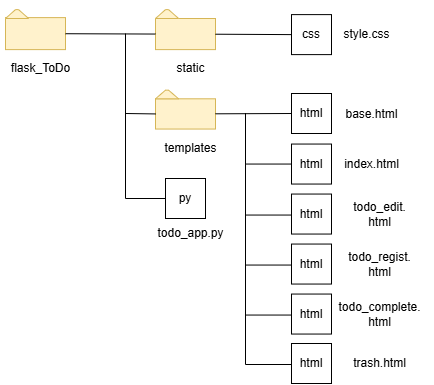
Earlier version of the draw.io export drawio/ファイル図/faile.png (mori1252/TODO). Source tidied: cells renumbered, new cells last; positions are measured from the earlier drawing's top-left corner, leaving out a move shared by most shapes.
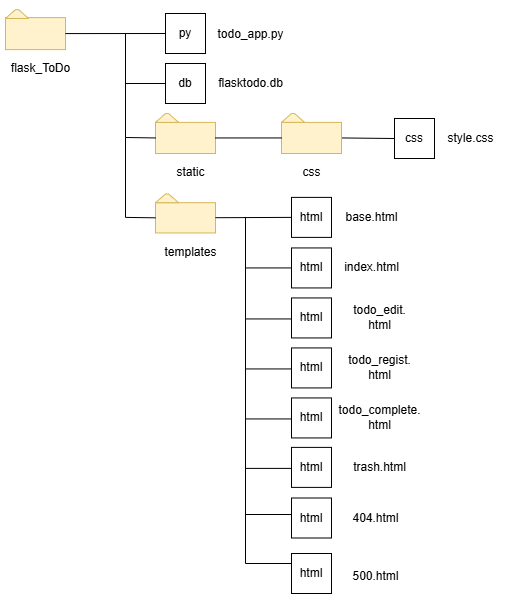
After the change.

Change to the diagram source:
```diff
@@ -18,7 +18,7 @@
       <mxGeometry y="54" width="80" height="30" as="geometry" />
     </mxCell>
     <mxCell id="7" style="group;" parent="1" vertex="1">
-      <mxGeometry x="155" y="10.1" width="60" height="40" as="geometry" />
+      <mxGeometry x="155" y="114" width="60" height="40" as="geometry" />
     </mxCell>
     <mxCell id="8" style="rounded=0;whiteSpace=wrap;html=1;fillColor=#fff2cc;strokeColor=#d6b656;" parent="7" vertex="1">
       <mxGeometry y="8.9" width="60" height="31.1" as="geometry" />
@@ -27,7 +27,7 @@
       <mxGeometry width="23.1" height="8.9" as="geometry" />
     </mxCell>
     <mxCell id="10" style="group;" parent="1" vertex="1">
-      <mxGeometry x="155" y="90.7" width="60" height="38.9" as="geometry" />
+      <mxGeometry x="155" y="194.6" width="60" height="38.9" as="geometry" />
     </mxCell>
     <mxCell id="11" style="rounded=0;whiteSpace=wrap;html=1;fillColor=#fff2cc;strokeColor=#d6b656;" parent="10" vertex="1">
       <mxGeometry y="8.6" width="60" height="30.2" as="geometry" />
@@ -36,127 +36,183 @@
       <mxGeometry width="23.1" height="8.6" as="geometry" />
     </mxCell>
     <mxCell id="13" value="static" style="text;html=1;align=center;verticalAlign=middle;strokeColor=none;fillColor=none;" parent="1" vertex="1">
-      <mxGeometry x="165" y="54" width="50" height="30" as="geometry" />
+      <mxGeometry x="165" y="157.9" width="50" height="30" as="geometry" />
     </mxCell>
     <mxCell id="14" value="templates" style="text;html=1;align=center;verticalAlign=middle;strokeColor=none;fillColor=none;" parent="1" vertex="1">
-      <mxGeometry x="150" y="134" width="80" height="30" as="geometry" />
+      <mxGeometry x="150" y="237.9" width="80" height="30" as="geometry" />
     </mxCell>
     <mxCell id="15" value="css" style="rounded=0;whiteSpace=wrap;html=1;" parent="1" vertex="1">
-      <mxGeometry x="291" y="15.1" width="40" height="40" as="geometry" />
+      <mxGeometry x="394" y="119" width="40" height="40" as="geometry" />
     </mxCell>
     <mxCell id="16" value="style.css" style="text;html=1;align=center;verticalAlign=middle;strokeColor=none;fillColor=none;" parent="1" vertex="1">
-      <mxGeometry x="331" y="20.1" width="70" height="30" as="geometry" />
+      <mxGeometry x="435" y="124" width="70" height="30" as="geometry" />
     </mxCell>
     <mxCell id="17" style="endArrow=none;html=1;exitX=0;exitY=0.5;exitDx=0;exitDy=0;rounded=0;curved=0;" parent="1" edge="1" source="11">
       <mxGeometry relative="1" as="geometry">
-        <mxPoint x="125" y="34" as="targetPoint" />
+        <mxPoint x="125" y="137.9" as="targetPoint" />
         <Array as="points">
-          <mxPoint x="125" y="114" />
+          <mxPoint x="125" y="217.9" />
         </Array>
       </mxGeometry>
     </mxCell>
     <mxCell id="18" value="html" style="rounded=0;whiteSpace=wrap;html=1;" parent="1" vertex="1">
-      <mxGeometry x="291" y="94" width="40" height="40" as="geometry" />
+      <mxGeometry x="291" y="197.9" width="40" height="40" as="geometry" />
     </mxCell>
     <mxCell id="19" value="html" style="rounded=0;whiteSpace=wrap;html=1;" parent="1" vertex="1">
-      <mxGeometry x="291" y="144.6" width="40" height="40" as="geometry" />
+      <mxGeometry x="291" y="248.4" width="40" height="40" as="geometry" />
     </mxCell>
     <mxCell id="20" value="html" style="rounded=0;whiteSpace=wrap;html=1;" parent="1" vertex="1">
-      <mxGeometry x="291" y="194.6" width="40" height="40" as="geometry" />
+      <mxGeometry x="291" y="298.4" width="40" height="40" as="geometry" />
     </mxCell>
     <mxCell id="21" value="html" style="rounded=0;whiteSpace=wrap;html=1;" parent="1" vertex="1">
-      <mxGeometry x="291" y="244.6" width="40" height="40" as="geometry" />
+      <mxGeometry x="291" y="348.4" width="40" height="40" as="geometry" />
     </mxCell>
     <mxCell id="22" value="html" style="rounded=0;whiteSpace=wrap;html=1;" parent="1" vertex="1">
-      <mxGeometry x="291" y="294.6" width="40" height="40" as="geometry" />
+      <mxGeometry x="291" y="398.4" width="40" height="40" as="geometry" />
     </mxCell>
     <mxCell id="23" style="endArrow=none;html=1;exitX=0;exitY=0.5;exitDx=0;exitDy=0;rounded=0;curved=0;" parent="1" edge="1" source="19">
       <mxGeometry relative="1" as="geometry">
-        <mxPoint x="245" y="113.6" as="targetPoint" />
+        <mxPoint x="245" y="217.4" as="targetPoint" />
         <Array as="points">
-          <mxPoint x="245" y="164.6" />
+          <mxPoint x="245" y="268.4" />
         </Array>
       </mxGeometry>
     </mxCell>
     <mxCell id="24" style="endArrow=none;html=1;exitX=0;exitY=0.5;exitDx=0;exitDy=0;rounded=0;curved=0;" parent="1" edge="1">
       <mxGeometry relative="1" as="geometry">
-        <mxPoint x="291" y="215.6" as="sourcePoint" />
-        <mxPoint x="245" y="164.6" as="targetPoint" />
+        <mxPoint x="291" y="319.4" as="sourcePoint" />
+        <mxPoint x="245" y="268.4" as="targetPoint" />
         <Array as="points">
-          <mxPoint x="245" y="215.6" />
+          <mxPoint x="245" y="319.4" />
         </Array>
       </mxGeometry>
     </mxCell>
     <mxCell id="25" style="endArrow=none;html=1;exitX=0;exitY=0.5;exitDx=0;exitDy=0;rounded=0;curved=0;" parent="1" edge="1">
       <mxGeometry relative="1" as="geometry">
-        <mxPoint x="291" y="265.6" as="sourcePoint" />
-        <mxPoint x="245" y="214.6" as="targetPoint" />
+        <mxPoint x="291" y="369.4" as="sourcePoint" />
+        <mxPoint x="245" y="318.4" as="targetPoint" />
         <Array as="points">
-          <mxPoint x="245" y="265.6" />
+          <mxPoint x="245" y="369.4" />
         </Array>
       </mxGeometry>
     </mxCell>
     <mxCell id="26" style="endArrow=none;html=1;exitX=0;exitY=0.5;exitDx=0;exitDy=0;rounded=0;curved=0;" parent="1" edge="1">
       <mxGeometry relative="1" as="geometry">
-        <mxPoint x="291" y="315.6" as="sourcePoint" />
-        <mxPoint x="245" y="264.6" as="targetPoint" />
+        <mxPoint x="291" y="419.4" as="sourcePoint" />
+        <mxPoint x="245" y="368.4" as="targetPoint" />
         <Array as="points">
-          <mxPoint x="245" y="315.6" />
+          <mxPoint x="245" y="419.4" />
         </Array>
       </mxGeometry>
     </mxCell>
     <mxCell id="27" value="base.html" style="text;html=1;align=center;verticalAlign=middle;strokeColor=none;fillColor=none;" parent="1" vertex="1">
-      <mxGeometry x="331" y="99.6" width="80" height="30" as="geometry" />
+      <mxGeometry x="331" y="203.4" width="80" height="30" as="geometry" />
     </mxCell>
     <mxCell id="28" value="index.html" style="text;html=1;align=center;verticalAlign=middle;strokeColor=none;fillColor=none;" parent="1" vertex="1">
-      <mxGeometry x="331" y="149.6" width="80" height="30" as="geometry" />
+      <mxGeometry x="331" y="253.4" width="80" height="30" as="geometry" />
     </mxCell>
     <mxCell id="29" value="todo_edit.&lt;div&gt;html&lt;/div&gt;" style="text;html=1;align=center;verticalAlign=middle;strokeColor=none;fillColor=none;" parent="1" vertex="1">
-      <mxGeometry x="339" y="194.6" width="80" height="40" as="geometry" />
+      <mxGeometry x="339" y="298.4" width="80" height="40" as="geometry" />
     </mxCell>
     <mxCell id="30" value="todo_regist&lt;span style=&quot;background-color: transparent;&quot;&gt;.&lt;/span&gt;&lt;div&gt;&lt;span style=&quot;background-color: transparent;&quot;&gt;html&lt;/span&gt;&lt;/div&gt;" style="text;html=1;align=center;verticalAlign=middle;strokeColor=none;fillColor=none;" parent="1" vertex="1">
-      <mxGeometry x="334" y="244.6" width="90" height="40" as="geometry" />
+      <mxGeometry x="334" y="348.4" width="90" height="40" as="geometry" />
     </mxCell>
     <mxCell id="31" value="todo_complete.&lt;div&gt;html&lt;/div&gt;" style="text;html=1;align=center;verticalAlign=middle;strokeColor=none;fillColor=none;" parent="1" vertex="1">
-      <mxGeometry x="324" y="294.6" width="110" height="40" as="geometry" />
+      <mxGeometry x="324" y="398.4" width="110" height="40" as="geometry" />
     </mxCell>
-    <mxCell id="32" style="endArrow=none;html=1;rounded=0;curved=0;exitX=0;exitY=0.5;exitDx=0;exitDy=0;" parent="1" edge="1" source="33">
-      <mxGeometry relative="1" as="geometry">
-        <mxPoint x="125" y="113" as="targetPoint" />
-        <Array as="points">
-          <mxPoint x="125" y="199" />
-        </Array>
-      </mxGeometry>
-    </mxCell>
     <mxCell id="33" value="py" style="rounded=0;whiteSpace=wrap;html=1;" parent="1" vertex="1">
-      <mxGeometry x="165" y="179" width="40" height="40" as="geometry" />
+      <mxGeometry x="165" y="14" width="40" height="40" as="geometry" />
     </mxCell>
     <mxCell id="34" value="todo_app.py" style="text;html=1;align=center;verticalAlign=middle;strokeColor=none;fillColor=none;" parent="1" vertex="1">
-      <mxGeometry x="145" y="219" width="90" height="30" as="geometry" />
+      <mxGeometry x="205" y="20.1" width="90" height="30" as="geometry" />
     </mxCell>
     <mxCell id="35" style="html=1;endArrow=none;endFill=0;entryX=0;entryY=0.5;entryDx=0;entryDy=0;" parent="1" edge="1" source="11" target="18">
       <mxGeometry relative="1" as="geometry" />
     </mxCell>
-    <mxCell id="36" style="html=1;endArrow=none;endFill=0;entryX=0;entryY=0.5;entryDx=0;entryDy=0;" parent="1" edge="1" source="8" target="15">
+    <mxCell id="36" style="html=1;endArrow=none;endFill=0;entryX=0;entryY=0.5;entryDx=0;entryDy=0;exitX=1;exitY=0.5;exitDx=0;exitDy=0;" parent="1" edge="1" source="43" target="15">
       <mxGeometry relative="1" as="geometry" />
     </mxCell>
-    <mxCell id="37" style="html=1;endArrow=none;endFill=0;entryX=0;entryY=0.5;entryDx=0;entryDy=0;" parent="1" edge="1" source="4" target="8">
-      <mxGeometry relative="1" as="geometry" />
+    <mxCell id="37" style="html=1;endArrow=none;endFill=0;entryX=0;entryY=0.5;entryDx=0;entryDy=0;rounded=0;curved=0;" parent="1" edge="1" target="8">
+      <mxGeometry relative="1" as="geometry">
+        <mxPoint x="125" y="34" as="sourcePoint" />
+        <Array as="points">
+          <mxPoint x="125" y="138" />
+        </Array>
+      </mxGeometry>
     </mxCell>
     <mxCell id="38" value="html" style="rounded=0;whiteSpace=wrap;html=1;" parent="1" vertex="1">
-      <mxGeometry x="291" y="344" width="40" height="40" as="geometry" />
+      <mxGeometry x="291" y="447.9" width="40" height="40" as="geometry" />
     </mxCell>
     <mxCell id="39" value="&lt;div&gt;&lt;font color=&quot;#000000&quot;&gt;trash.&lt;/font&gt;&lt;span style=&quot;background-color: transparent;&quot;&gt;html&lt;/span&gt;&lt;/div&gt;" style="text;html=1;align=center;verticalAlign=middle;strokeColor=none;fillColor=none;" parent="1" vertex="1">
-      <mxGeometry x="339" y="349" width="80" height="30" as="geometry" />
+      <mxGeometry x="339" y="452.9" width="80" height="30" as="geometry" />
     </mxCell>
     <mxCell id="40" style="endArrow=none;html=1;exitX=0;exitY=0.5;exitDx=0;exitDy=0;rounded=0;curved=0;" parent="1" edge="1">
       <mxGeometry relative="1" as="geometry">
-        <mxPoint x="291" y="365" as="sourcePoint" />
-        <mxPoint x="245" y="314" as="targetPoint" />
+        <mxPoint x="291" y="468.9" as="sourcePoint" />
+        <mxPoint x="245" y="417.9" as="targetPoint" />
         <Array as="points">
-          <mxPoint x="245" y="365" />
+          <mxPoint x="245" y="468.9" />
         </Array>
       </mxGeometry>
     </mxCell>
+    <mxCell id="41" style="edgeStyle=none;html=1;entryX=0;entryY=0.5;entryDx=0;entryDy=0;endArrow=none;endFill=0;" parent="1" edge="1" source="4" target="33">
+      <mxGeometry relative="1" as="geometry" />
+    </mxCell>
+    <mxCell id="42" style="group;" parent="1" vertex="1">
+      <mxGeometry x="281" y="114" width="60" height="40" as="geometry" />
+    </mxCell>
+    <mxCell id="43" style="rounded=0;whiteSpace=wrap;html=1;fillColor=#fff2cc;strokeColor=#d6b656;" parent="42" vertex="1">
+      <mxGeometry y="8.9" width="60" height="31.1" as="geometry" />
+    </mxCell>
+    <mxCell id="44" style="shape=trapezoid;perimeter=trapezoidPerimeter;whiteSpace=wrap;html=1;fixedSize=1;size=10;fillColor=#fff2cc;strokeColor=#d6b656;" parent="42" vertex="1">
+      <mxGeometry width="23.1" height="8.9" as="geometry" />
+    </mxCell>
+    <mxCell id="45" style="edgeStyle=none;html=1;entryX=1;entryY=0.5;entryDx=0;entryDy=0;endArrow=none;endFill=0;" parent="1" edge="1" source="43" target="8">
+      <mxGeometry relative="1" as="geometry" />
+    </mxCell>
+    <mxCell id="46" style="edgeStyle=none;html=1;exitX=0;exitY=0.5;exitDx=0;exitDy=0;rounded=0;curved=0;endArrow=none;endFill=0;" parent="1" edge="1" source="47">
+      <mxGeometry relative="1" as="geometry">
+        <mxPoint x="125" y="84" as="targetPoint" />
+      </mxGeometry>
+    </mxCell>
+    <mxCell id="47" value="db" style="rounded=0;whiteSpace=wrap;html=1;" parent="1" vertex="1">
+      <mxGeometry x="165" y="64" width="40" height="40" as="geometry" />
+    </mxCell>
+    <mxCell id="48" value="flasktodo.db" style="text;html=1;align=center;verticalAlign=middle;strokeColor=none;fillColor=none;" parent="1" vertex="1">
+      <mxGeometry x="205" y="69" width="90" height="30" as="geometry" />
+    </mxCell>
+    <mxCell id="49" value="html" style="rounded=0;whiteSpace=wrap;html=1;" parent="1" vertex="1">
+      <mxGeometry x="291" y="498.5" width="40" height="40" as="geometry" />
+    </mxCell>
+    <mxCell id="50" value="html" style="rounded=0;whiteSpace=wrap;html=1;" parent="1" vertex="1">
+      <mxGeometry x="291" y="554" width="40" height="40" as="geometry" />
+    </mxCell>
+    <mxCell id="51" style="endArrow=none;html=1;exitX=0;exitY=0.5;exitDx=0;exitDy=0;rounded=0;curved=0;" parent="1" edge="1">
+      <mxGeometry relative="1" as="geometry">
+        <mxPoint x="291" y="515" as="sourcePoint" />
+        <mxPoint x="245" y="464" as="targetPoint" />
+        <Array as="points">
+          <mxPoint x="245" y="515" />
+        </Array>
+      </mxGeometry>
+    </mxCell>
+    <mxCell id="52" style="endArrow=none;html=1;exitX=0;exitY=0.5;exitDx=0;exitDy=0;rounded=0;curved=0;" parent="1" edge="1">
+      <mxGeometry relative="1" as="geometry">
+        <mxPoint x="291" y="564" as="sourcePoint" />
+        <mxPoint x="245" y="513" as="targetPoint" />
+        <Array as="points">
+          <mxPoint x="245" y="564" />
+        </Array>
+      </mxGeometry>
+    </mxCell>
+    <mxCell id="53" value="404.html" style="text;html=1;align=center;verticalAlign=middle;strokeColor=none;fillColor=none;" parent="1" vertex="1">
+      <mxGeometry x="340" y="503.5" width="70" height="30" as="geometry" />
+    </mxCell>
+    <mxCell id="54" value="500.html" style="text;html=1;align=center;verticalAlign=middle;strokeColor=none;fillColor=none;" parent="1" vertex="1">
+      <mxGeometry x="340" y="562" width="70" height="30" as="geometry" />
+    </mxCell>
+    <mxCell id="55" value="css" style="text;html=1;align=center;verticalAlign=middle;strokeColor=none;fillColor=none;" parent="1" vertex="1">
+      <mxGeometry x="291" y="157.9" width="40" height="30" as="geometry" />
+    </mxCell>
   </root>
 </mxGraphModel>
```
